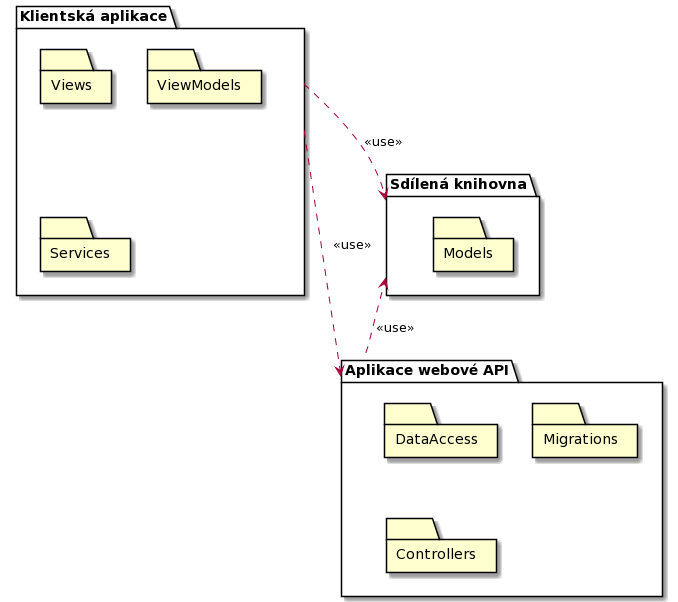
The PlantUML diagram dokumentace architektury/architektura 1/assets/prodejni_system_high_level_module_view.png in MichalMoudry/4IT575-seminarni-prace, before a commit.
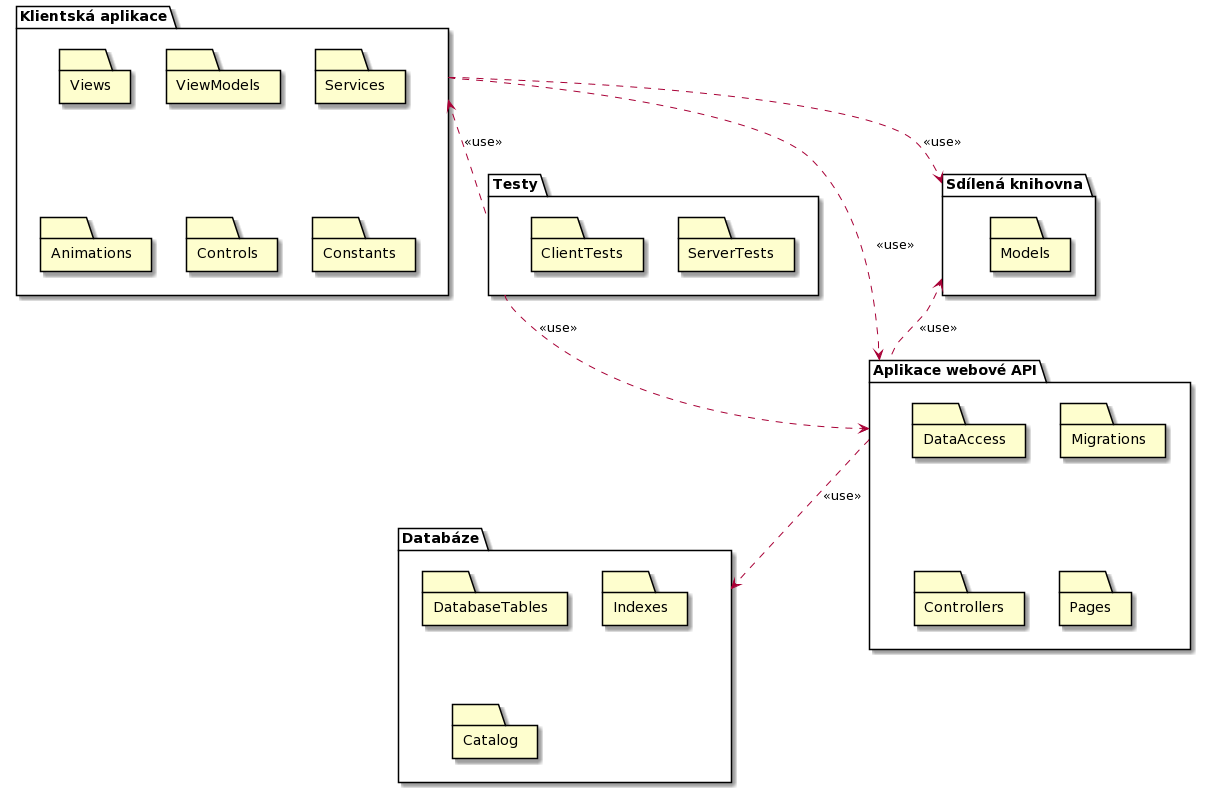
The same diagram one commit later.

Commit message:
Updated module view (#22)

Diff of the diagram source:
```diff
@@ -1,27 +1,53 @@
 @startuml
 package "Klientská aplikace" as clientApp {
 
-folder "Views"
+    folder "Views"
 
-folder "ViewModels"
+    folder "ViewModels"
 
-folder "Services"
+    folder "Services"
+
+    folder "Animations"
+
+    folder "Controls"
+
+    folder "Constants"
 
 }
 
 package "Aplikace webové API" as webApp {
 
-folder "DataAccess"
+    folder "DataAccess"
 
-folder "Migrations"
+    folder "Migrations"
 
-folder "Controllers"
+    folder "Controllers"
+
+    folder "Pages"
 
 }
 
 package "Sdílená knihovna" as sharedLibrary {
 
-folder "Models"
+    folder "Models"
+
+}
+
+package "Testy" as tests {
+
+    folder "ServerTests"
+
+    folder "ClientTests"
+
+}
+
+package "Databáze" as db {
+
+    folder "DatabaseTables"
+
+    folder "Indexes"
+
+    folder "Catalog"
 
 }
 
@@ -30,4 +56,10 @@
 clientApp ..> sharedLibrary : "<<use>>"
 
 clientApp ..> webApp : "<<use>>"
+
+tests .left.> clientApp : "<<use>>"
+
+tests .down.> webApp : "<<use>>"
+
+webApp ..> db : "<<use>>"
 @enduml
```
